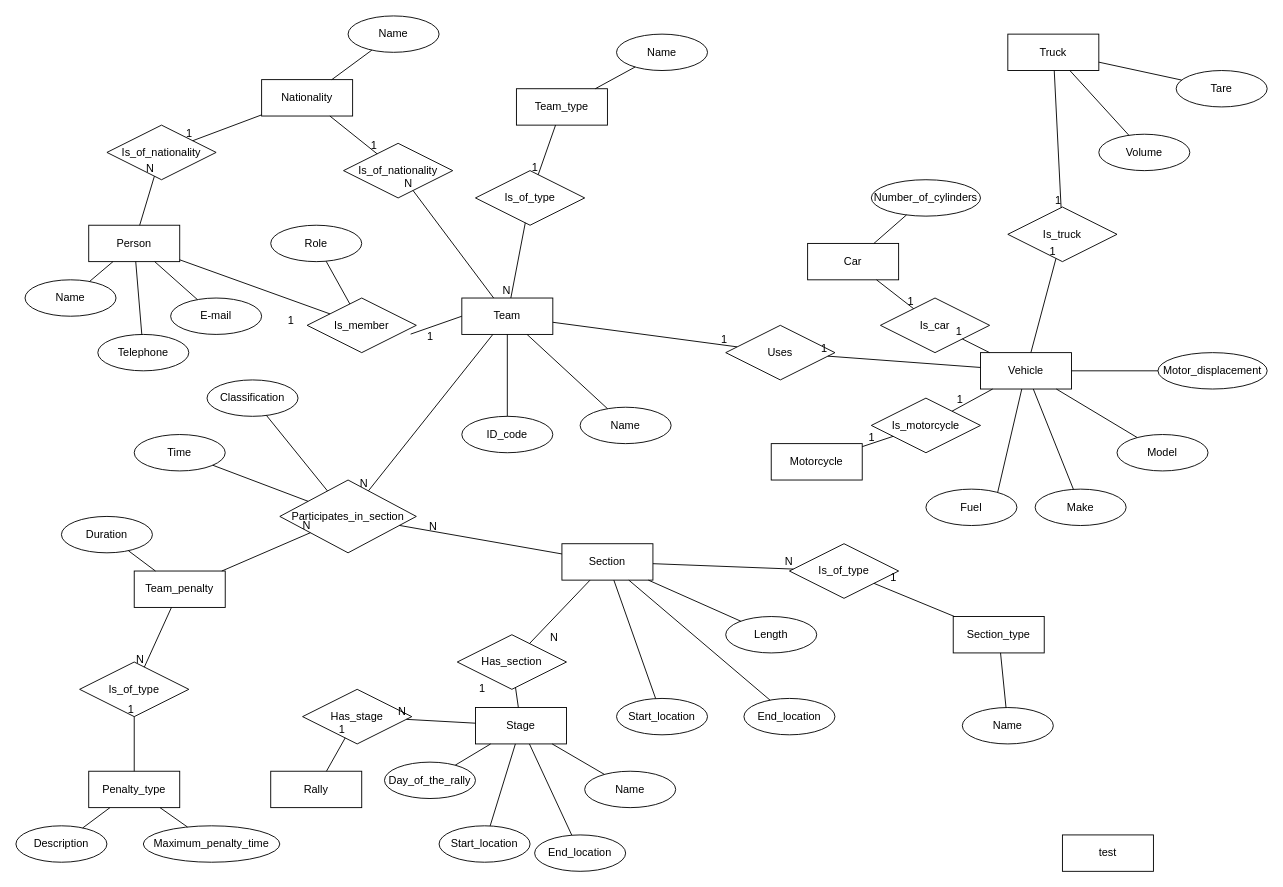
Earlier version of the draw.io diagram M1_ER_diagram.drawio (DanyKrk/ISEP_BDDAD_M1). Source tidied: cells renumbered, new cells numbered last; positions are measured from the earlier drawing's top-left corner, leaving out a move shared by most shapes. Both pictures are drawn from the tidied source at 91%, with x=0, y=0 at pixel (15, 15).
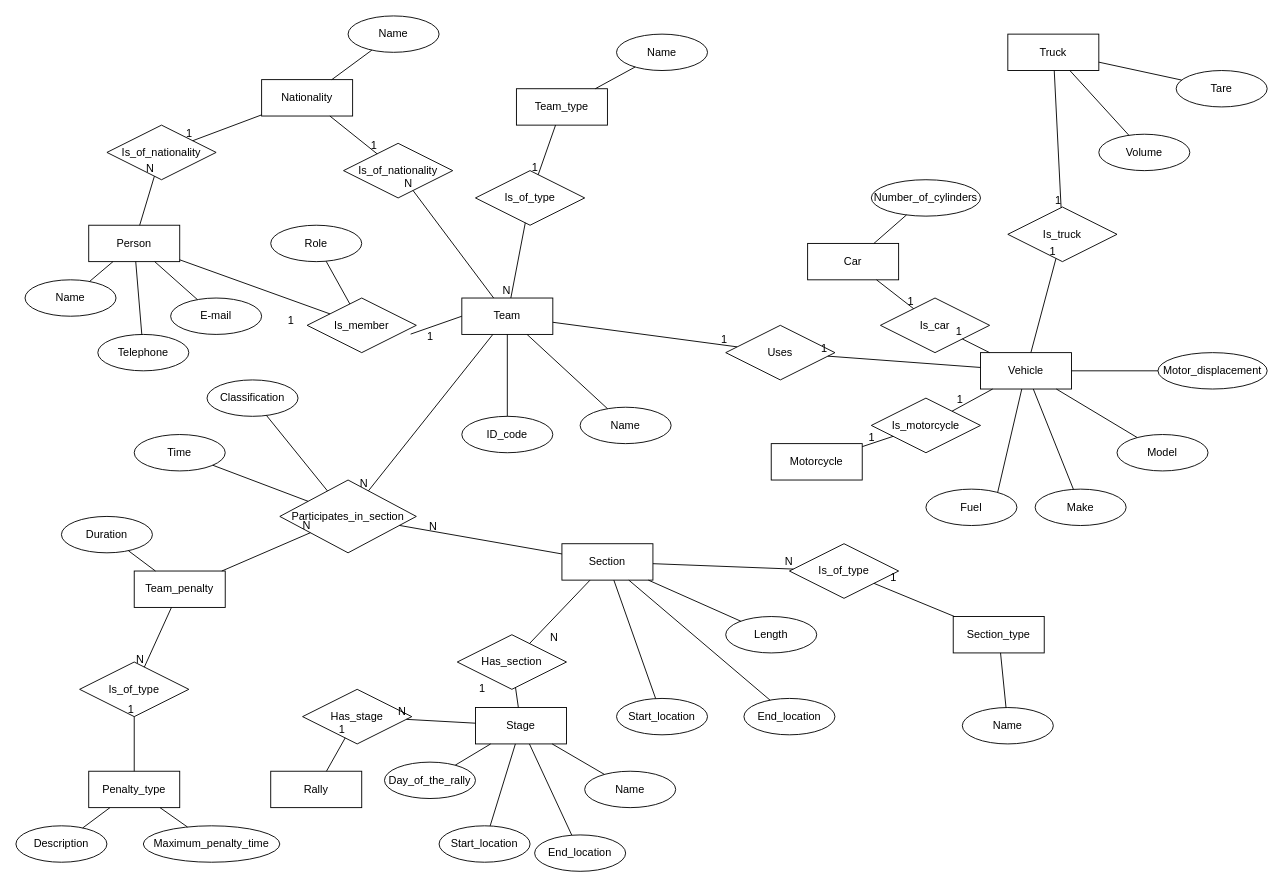
The same page after the edit.

Diff of the diagram source:
```diff
@@
-    <mxCell id="134" value="test" style="rounded=0;whiteSpace=wrap;html=1;" parent="1" vertex="1">
-      <mxGeometry x="1150" y="900" width="100" height="40" as="geometry" />
-    </mxCell>
```
